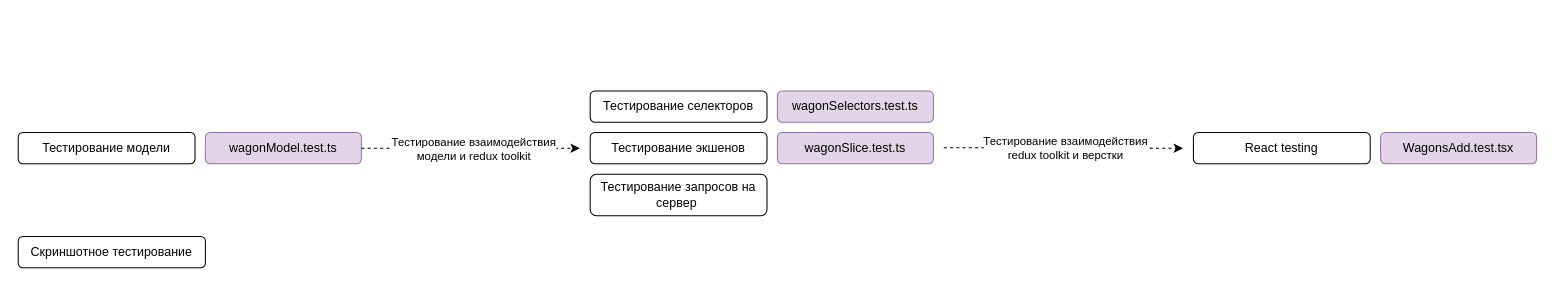
Before: Test Flow.drawio in orlov-oleg-developer/asuter-UML, a draw.io diagram. Source tidied: cells renumbered, new cells numbered last; positions are measured from the earlier drawing's top-left corner, leaving out a move shared by most shapes. Both pictures are drawn from the tidied source at 104%, with x=0, y=0 at pixel (18, 90).
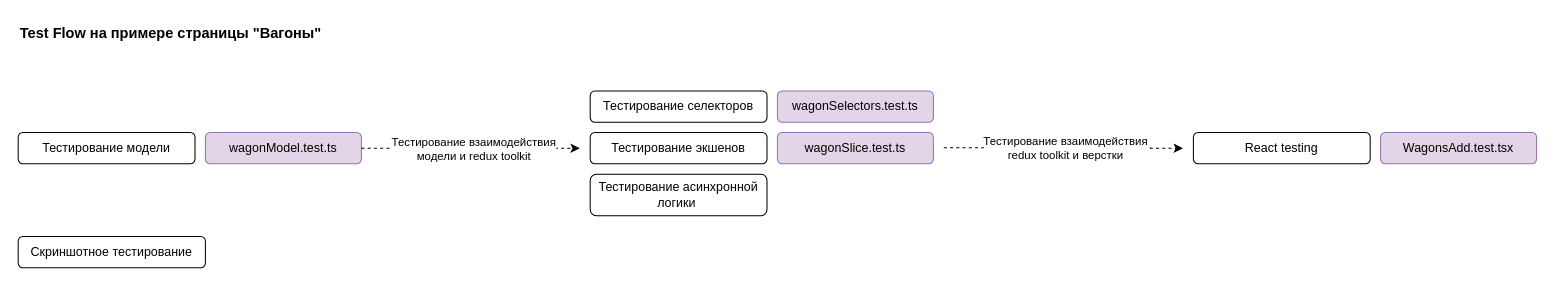
Above is the later version.

What changed in the source:
```diff
@@
 <mxGraphModel>
   <root>
     <mxCell id="0" />
     <mxCell id="1" parent="0" />
     <mxCell id="2" value="Тестирование селекторов" style="rounded=1;whiteSpace=wrap;html=1;" parent="1" vertex="1">
       <mxGeometry x="550" width="170" height="30" as="geometry" />
     </mxCell>
     <mxCell id="3" value="wagonSelectors.test.ts" style="rounded=1;whiteSpace=wrap;html=1;fillColor=#e1d5e7;strokeColor=#9673a6;" parent="1" vertex="1">
       <mxGeometry x="730" width="150" height="30" as="geometry" />
     </mxCell>
     <mxCell id="4" value="Тестирование экшенов" style="rounded=1;whiteSpace=wrap;html=1;" parent="1" vertex="1">
       <mxGeometry x="550" y="40" width="170" height="30" as="geometry" />
     </mxCell>
     <mxCell id="5" value="wagonSlice.test.ts" style="rounded=1;whiteSpace=wrap;html=1;fillColor=#e1d5e7;strokeColor=#9673a6;" parent="1" vertex="1">
       <mxGeometry x="730" y="40" width="150" height="30" as="geometry" />
     </mxCell>
     <mxCell id="6" value="Тестирование модели" style="rounded=1;whiteSpace=wrap;html=1;" parent="1" vertex="1">
       <mxGeometry y="40" width="170" height="30" as="geometry" />
     </mxCell>
     <mxCell id="7" value="wagonModel.test.ts" style="rounded=1;whiteSpace=wrap;html=1;fillColor=#e1d5e7;strokeColor=#9673a6;" parent="1" vertex="1">
       <mxGeometry x="180" y="40" width="150" height="30" as="geometry" />
     </mxCell>
     <mxCell id="8" style="endArrow=classic;html=1;rounded=0;exitX=1;exitY=0.5;exitDx=0;exitDy=0;dashed=1;" parent="1" edge="1" source="7">
       <mxGeometry relative="1" as="geometry">
         <mxPoint x="540" y="55" as="targetPoint" />
       </mxGeometry>
     </mxCell>
     <mxCell id="9" value="Тестирование взаимодействия &lt;br&gt;модели и redux toolkit" style="edgeLabel;html=1;align=center;verticalAlign=middle;" parent="8" vertex="1">
       <mxGeometry x="-0.03" y="-2" relative="1" as="geometry">
         <mxPoint x="5" y="-2" as="offset" />
       </mxGeometry>
     </mxCell>
     <mxCell id="10" style="endArrow=classic;html=1;rounded=0;exitX=1;exitY=0.5;exitDx=0;exitDy=0;dashed=1;" parent="1" edge="1">
       <mxGeometry relative="1" as="geometry">
         <mxPoint x="890" y="54.6" as="sourcePoint" />
         <mxPoint x="1120" y="55" as="targetPoint" />
       </mxGeometry>
     </mxCell>
     <mxCell id="11" value="Тестирование взаимодействия &lt;br&gt;redux toolkit и верстки" style="edgeLabel;html=1;align=center;verticalAlign=middle;" parent="10" vertex="1">
       <mxGeometry x="-0.03" y="-2" relative="1" as="geometry">
         <mxPoint x="5" y="-2" as="offset" />
       </mxGeometry>
     </mxCell>
     <mxCell id="12" value="React testing" style="rounded=1;whiteSpace=wrap;html=1;" parent="1" vertex="1">
       <mxGeometry x="1130" y="40" width="170" height="30" as="geometry" />
     </mxCell>
     <mxCell id="13" value="WagonsAdd.test.tsx" style="rounded=1;whiteSpace=wrap;html=1;fillColor=#e1d5e7;strokeColor=#9673a6;" parent="1" vertex="1">
       <mxGeometry x="1310" y="40" width="150" height="30" as="geometry" />
     </mxCell>
     <mxCell id="14" value="Скриншотное тестирование" style="rounded=1;whiteSpace=wrap;html=1;" parent="1" vertex="1">
       <mxGeometry y="140" width="180" height="30" as="geometry" />
     </mxCell>
-    <mxCell id="15" value="Тестирование запросов на сервер&amp;nbsp;" style="rounded=1;whiteSpace=wrap;html=1;" parent="1" vertex="1">
+    <mxCell id="15" value="Тестирование асинхронной логики&amp;nbsp;" style="rounded=1;whiteSpace=wrap;html=1;" parent="1" vertex="1">
       <mxGeometry x="550" y="80" width="170" height="40" as="geometry" />
     </mxCell>
+    <mxCell id="16" value="&lt;font style=&quot;font-size: 14px;&quot;&gt;&lt;b&gt;Test Flow на примере страницы &quot;Вагоны&quot;&amp;nbsp;&lt;/b&gt;&lt;/font&gt;" style="text;html=1;strokeColor=none;fillColor=none;align=left;verticalAlign=middle;whiteSpace=wrap;rounded=0;" parent="1" vertex="1">
+      <mxGeometry y="-70" width="320" height="30" as="geometry" />
+    </mxCell>
   </root>
 </mxGraphModel>
```
